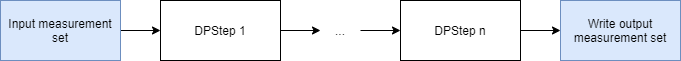
The draw.io diagram docs/doxygen/images/diagram.png in lofar-astron/DP3, before a commit. Source tidied: cells renumbered, new cells last; positions are measured from the earlier drawing's top-left corner, leaving out a move shared by most shapes.
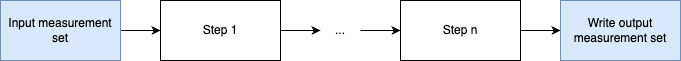
The same file after the commit.

Diff of the diagram source:
```diff
@@ -11,13 +11,13 @@
     <mxCell id="4" style="edgeStyle=orthogonalEdgeStyle;rounded=0;jettySize=auto;html=1;exitX=1;exitY=0.5;exitDx=0;exitDy=0;entryX=0;entryY=0.5;entryDx=0;entryDy=0;" parent="1" edge="1" source="5" target="10">
       <mxGeometry relative="1" as="geometry" />
     </mxCell>
-    <mxCell id="5" value="DPStep 1" style="rounded=0;whiteSpace=wrap;html=1;" parent="1" vertex="1">
+    <mxCell id="5" value="Step 1" style="rounded=0;whiteSpace=wrap;html=1;" parent="1" vertex="1">
       <mxGeometry x="160" width="120" height="60" as="geometry" />
     </mxCell>
     <mxCell id="6" style="edgeStyle=orthogonalEdgeStyle;rounded=0;jettySize=auto;html=1;exitX=1;exitY=0.5;exitDx=0;exitDy=0;entryX=0;entryY=0.5;entryDx=0;entryDy=0;" parent="1" edge="1" source="7" target="8">
       <mxGeometry relative="1" as="geometry" />
     </mxCell>
-    <mxCell id="7" value="DPStep n" style="rounded=0;whiteSpace=wrap;html=1;" parent="1" vertex="1">
+    <mxCell id="7" value="Step n" style="rounded=0;whiteSpace=wrap;html=1;" parent="1" vertex="1">
       <mxGeometry x="400" width="120" height="60" as="geometry" />
     </mxCell>
     <mxCell id="8" value="Write output measurement set" style="rounded=0;whiteSpace=wrap;html=1;fillColor=#dae8fc;strokeColor=#6c8ebf;" parent="1" vertex="1">
```
